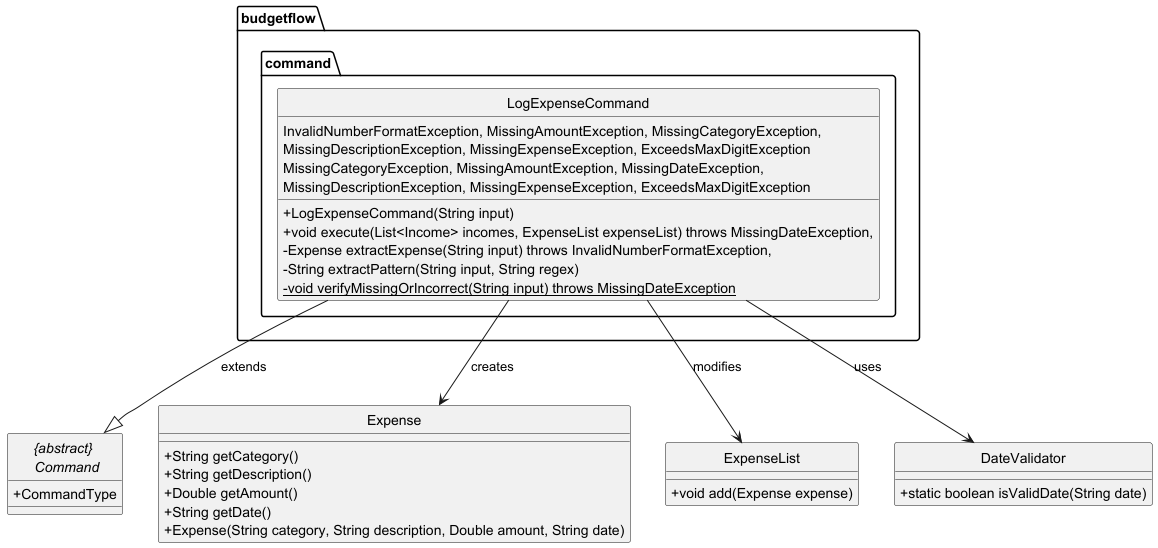
thienkimtranhoang/tp keeps this PlantUML diagram as docs/diagrams/log_expense_command_class_diagram.png. Above is the earlier version.
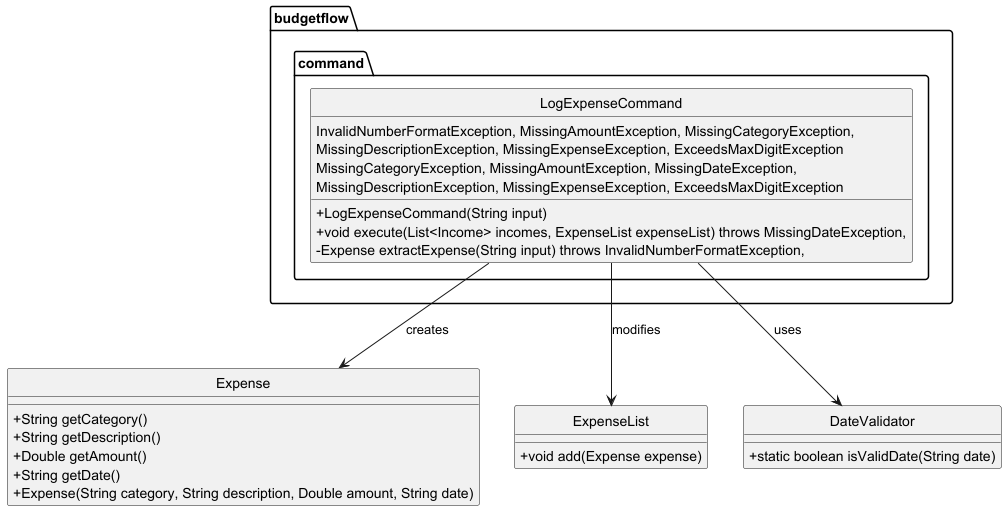
The same file after the commit.

Change to the diagram source:
```diff
@@ -12,13 +12,7 @@
         - Expense extractExpense(String input) throws InvalidNumberFormatException,
           MissingCategoryException, MissingAmountException, MissingDateException,
           MissingDescriptionException, MissingExpenseException, ExceedsMaxDigitException
-        - String extractPattern(String input, String regex)
-        - {static} void verifyMissingOrIncorrect(String input) throws MissingDateException
     }
-}
-
-abstract class "{abstract} \n Command" {
-    + CommandType
 }
 
 class Expense {
@@ -37,7 +31,6 @@
     + static boolean isValidDate(String date)
 }
 
-LogExpenseCommand --|> "{abstract} \n Command" : extends
 LogExpenseCommand --> Expense : creates
 LogExpenseCommand --> ExpenseList : modifies
 LogExpenseCommand --> DateValidator : uses
```
